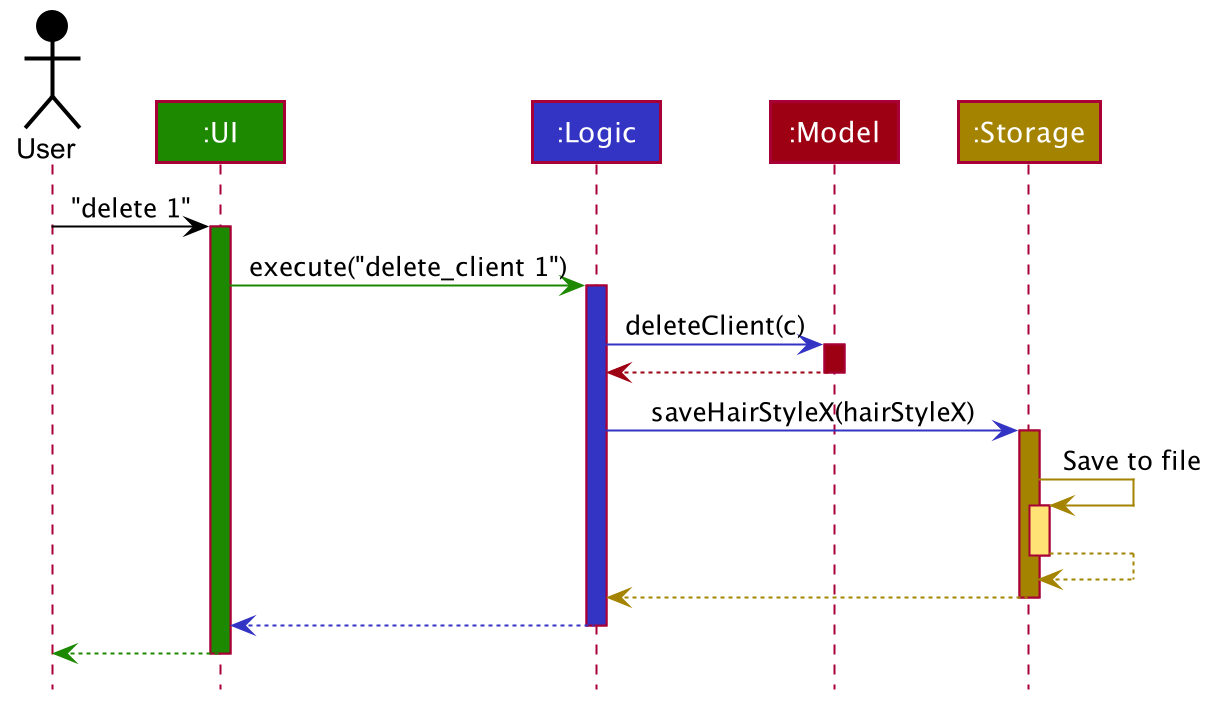
The PlantUML diagram docs/images/ArchitectureSequenceDiagram.png in ya0-yuan/tp, before a commit.
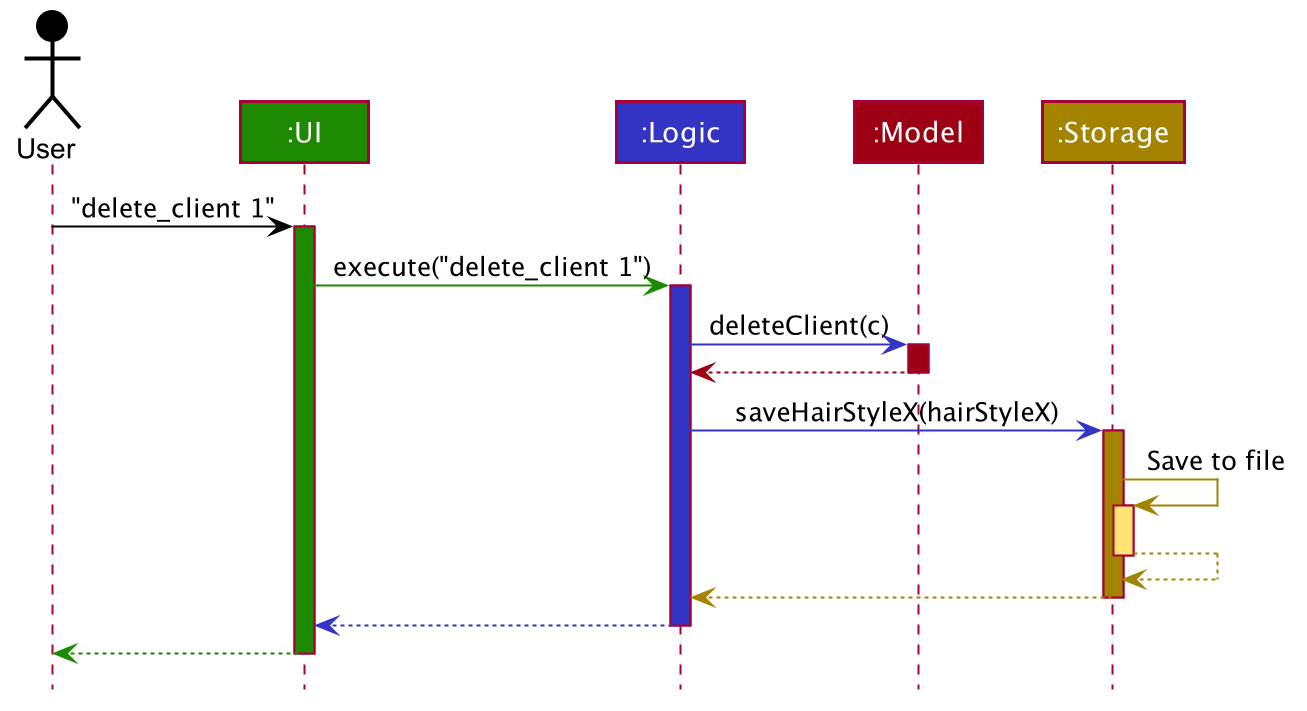
After the change.

What changed in the source:
```diff
@@ -54,7 +54,7 @@
 Participant ":Model" as model #9D0012
 Participant ":Storage" as storage #A38300
 
-user -[#000000]> ui : "delete 1"
+user -[#000000]> ui : "delete_client 1"
 activate ui #1D8900
 
 ui -[#1D8900]> logic : execute("delete_client 1")
```
